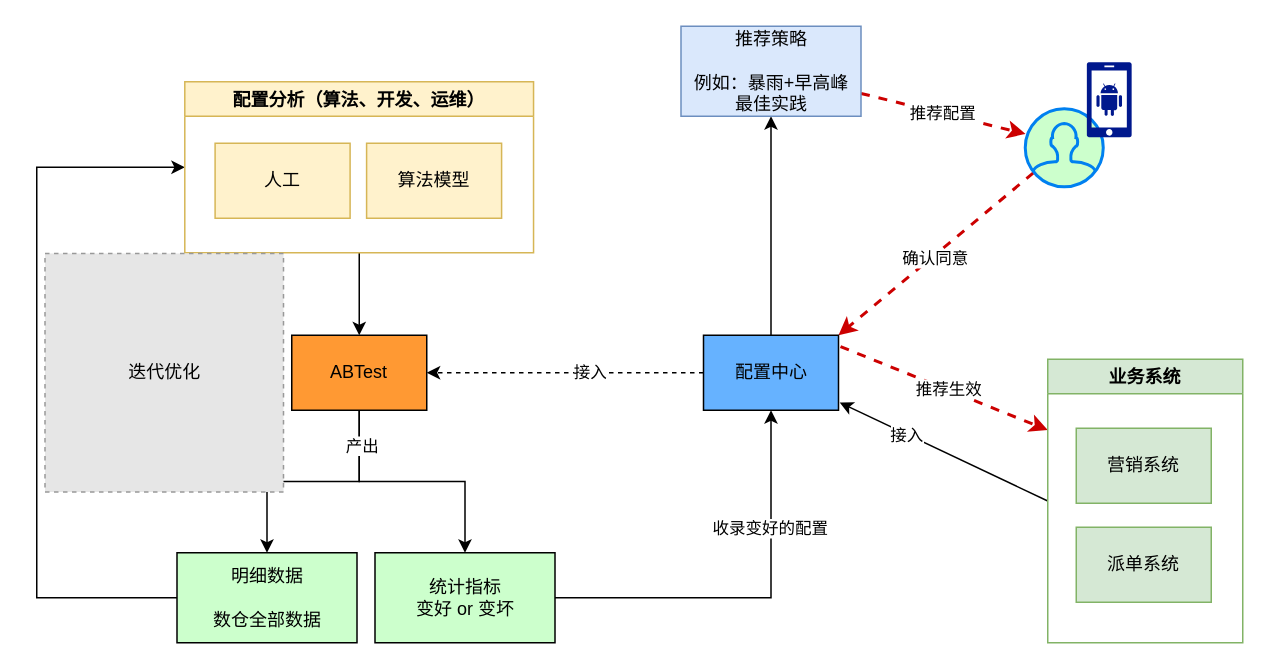
The draw.io diagram page "配置中心ABTest" (2 of 2) of hello.drawio in chenjinying1988/diagrams, before the edit. Source tidied: cells renumbered, new cells numbered last; positions are measured from the earlier drawing's top-left corner, leaving out a move shared by most shapes. Both pictures are drawn from the tidied source at 150%, with x=0, y=0 at pixel (36, 26). Pictures stored in the file or linked from it are replaced by grey dashed boxes.
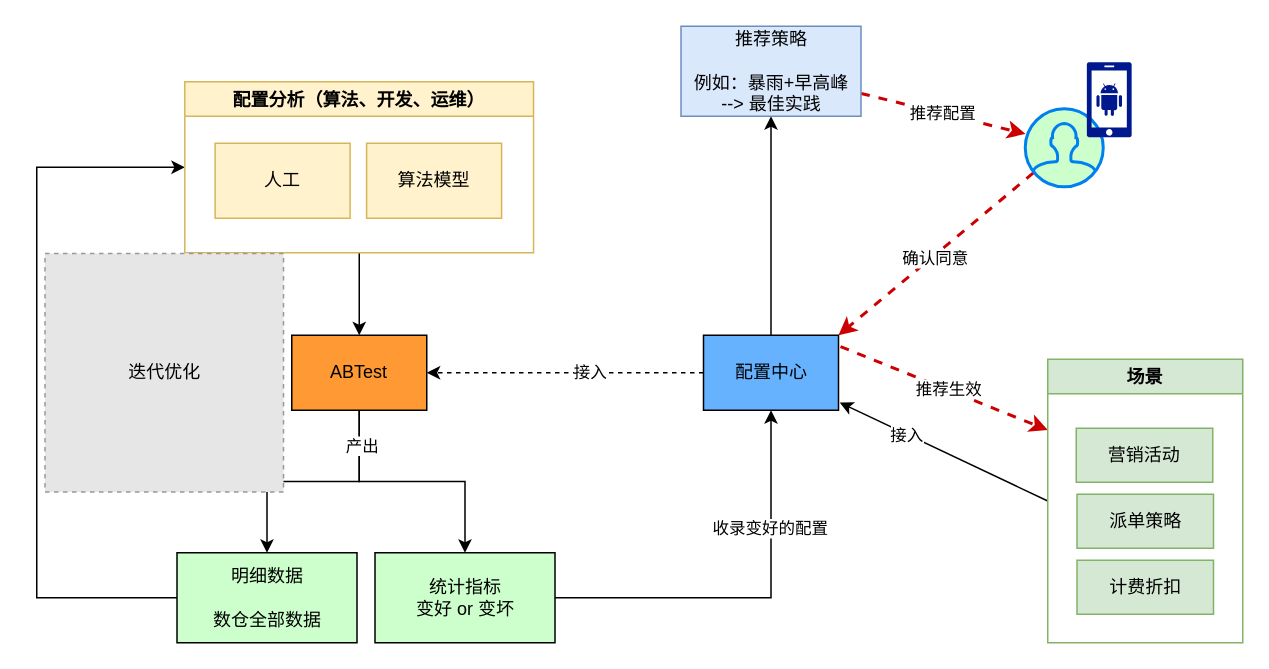
The same diagram, later.

Change to the diagram source:
```diff
@@
-    <mxCell id="20" value="推荐策略&lt;br&gt;&lt;br&gt;例如：暴雨+早高峰&lt;br&gt;最佳实践" style="rounded=0;whiteSpace=wrap;html=1;fillColor=#dae8fc;strokeColor=#6c8ebf;" parent="1" vertex="1">
+    <mxCell id="20" value="推荐策略&lt;br&gt;&lt;br&gt;例如：暴雨+早高峰&lt;br&gt;--&amp;gt; 最佳实践" style="rounded=0;whiteSpace=wrap;html=1;fillColor=#dae8fc;strokeColor=#6c8ebf;" parent="1" vertex="1">
       <mxGeometry x="429.5" width="120" height="60" as="geometry" />
     </mxCell>
@@
-    <mxCell id="25" value="业务系统" style="swimlane;shadow=0;strokeColor=#82b366;fillColor=#d5e8d4;startSize=23;" parent="1" vertex="1">
+    <mxCell id="25" value="场景" style="swimlane;shadow=0;strokeColor=#82b366;fillColor=#d5e8d4;startSize=23;" parent="1" vertex="1">
       <mxGeometry x="674" y="222" width="130" height="189" as="geometry" />
     </mxCell>
-    <mxCell id="26" value="营销系统" style="rounded=0;whiteSpace=wrap;html=1;fillColor=#d5e8d4;strokeColor=#82b366;" parent="25" vertex="1">
-      <mxGeometry x="19" y="46" width="90" height="50" as="geometry" />
+    <mxCell id="26" value="营销活动" style="rounded=0;whiteSpace=wrap;html=1;fillColor=#d5e8d4;strokeColor=#82b366;" parent="25" vertex="1">
+      <mxGeometry x="19" y="46" width="91" height="36" as="geometry" />
     </mxCell>
-    <mxCell id="27" value="派单系统" style="rounded=0;whiteSpace=wrap;html=1;fillColor=#d5e8d4;strokeColor=#82b366;" parent="25" vertex="1">
-      <mxGeometry x="19" y="112" width="90" height="50" as="geometry" />
-    </mxCell>
+    <mxCell id="35" value="派单策略" style="rounded=0;whiteSpace=wrap;html=1;fillColor=#d5e8d4;strokeColor=#82b366;" parent="25" vertex="1">
+      <mxGeometry x="19.5" y="90" width="91" height="36" as="geometry" />
+    </mxCell>
+    <mxCell id="36" value="计费折扣" style="rounded=0;whiteSpace=wrap;html=1;fillColor=#d5e8d4;strokeColor=#82b366;" parent="25" vertex="1">
+      <mxGeometry x="19.5" y="134" width="91" height="36" as="geometry" />
+    </mxCell>
```
